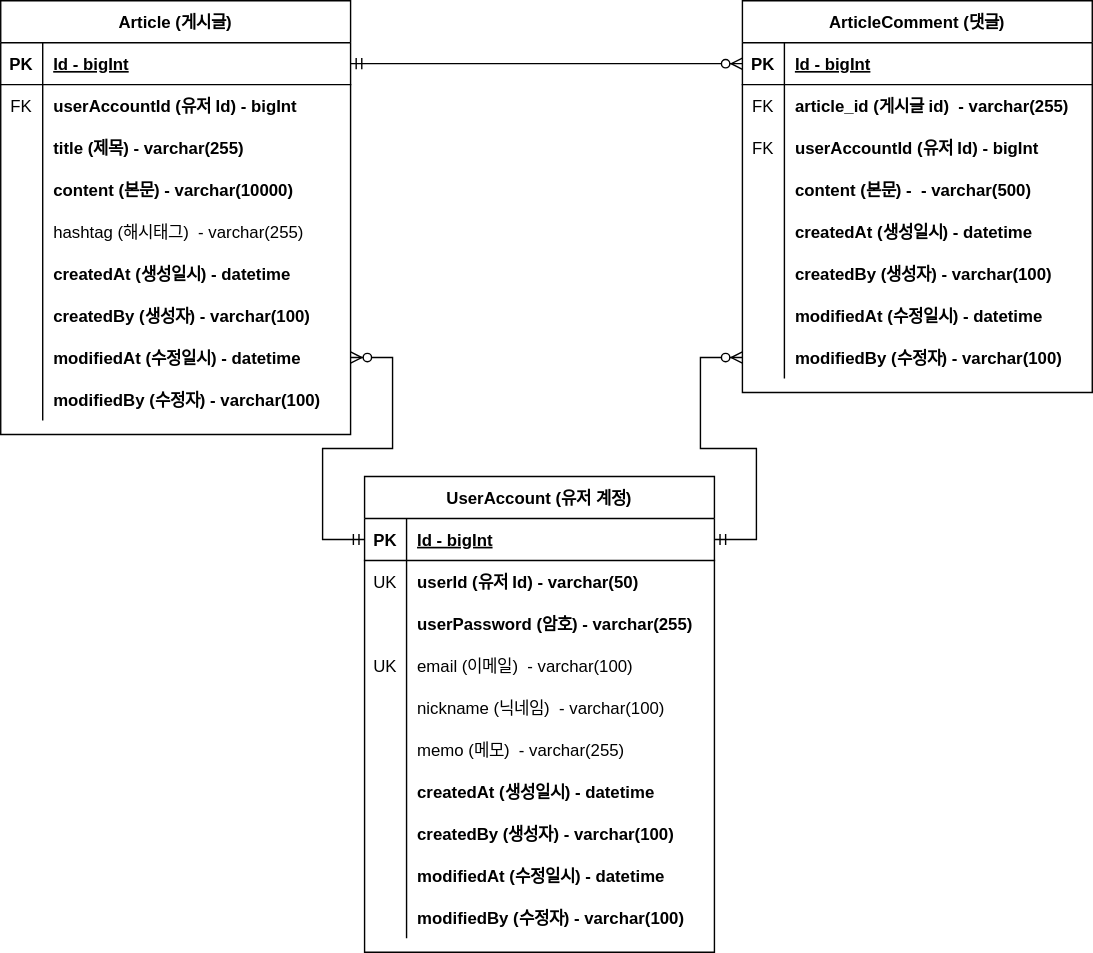
TaemHam/board-clonecoding-project keeps this draw.io diagram as document/project-board-erd.svg. Above is the earlier version. Source tidied: cells renumbered, new cells last; positions are measured from the earlier drawing's top-left corner, leaving out a move shared by most shapes.
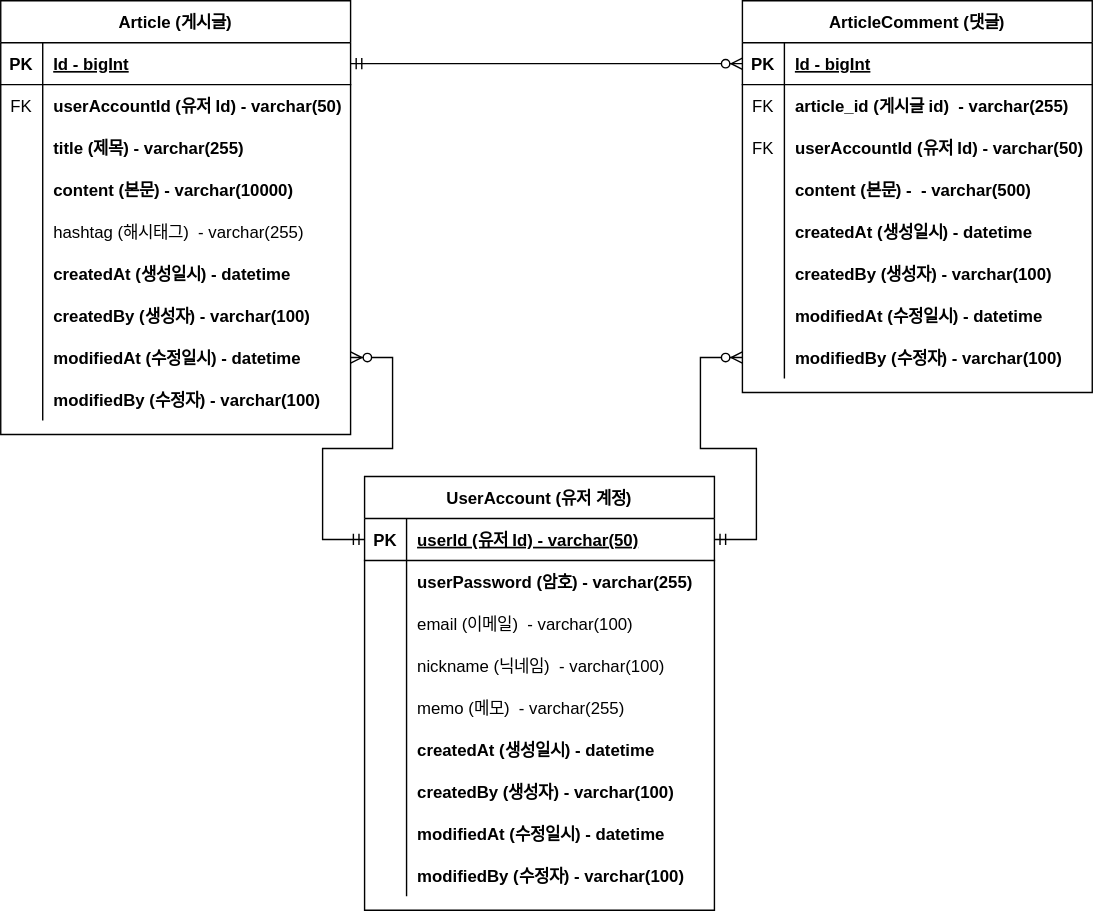
The same diagram one commit later.

Commit message:
#34 - ERD 문서 수정: 회원 계정 user_id 를 PK 로 변경

What changed in the source:
```diff
@@ -20,7 +20,7 @@
     <mxCell id="7" style="shape=partialRectangle;overflow=hidden;fillColor=none;top=0;left=0;bottom=0;right=0;" parent="6" vertex="1">
       <mxGeometry width="30" height="30" as="geometry" />
     </mxCell>
-    <mxCell id="8" value="userAccountId (유저 Id) - bigInt" style="shape=partialRectangle;overflow=hidden;fillColor=none;top=0;left=0;bottom=0;right=0;align=left;spacingLeft=6;fontStyle=1;" parent="6" vertex="1">
+    <mxCell id="8" value="userAccountId (유저 Id) - varchar(50)" style="shape=partialRectangle;overflow=hidden;fillColor=none;top=0;left=0;bottom=0;right=0;align=left;spacingLeft=6;fontStyle=1;" parent="6" vertex="1">
       <mxGeometry x="30" width="220" height="30" as="geometry" />
     </mxCell>
     <mxCell id="9" style="shape=partialRectangle;fillColor=none;top=0;left=0;right=0;bottom=0;" parent="2" vertex="1">
@@ -113,7 +113,7 @@
     <mxCell id="38" value="FK" style="shape=partialRectangle;overflow=hidden;fillColor=none;top=0;left=0;bottom=0;right=0;" parent="37" vertex="1">
       <mxGeometry width="30" height="30" as="geometry" />
     </mxCell>
-    <mxCell id="39" value="userAccountId (유저 Id) - bigInt" style="shape=partialRectangle;overflow=hidden;fillColor=none;top=0;left=0;bottom=0;right=0;align=left;spacingLeft=6;fontStyle=1;" parent="37" vertex="1">
+    <mxCell id="39" value="userAccountId (유저 Id) - varchar(50)" style="shape=partialRectangle;overflow=hidden;fillColor=none;top=0;left=0;bottom=0;right=0;align=left;spacingLeft=6;fontStyle=1;" parent="37" vertex="1">
       <mxGeometry x="30" width="220" height="30" as="geometry" />
     </mxCell>
     <mxCell id="40" style="shape=partialRectangle;fillColor=none;top=0;left=0;right=0;bottom=0;" parent="30" vertex="1">
@@ -165,7 +165,7 @@
       <mxGeometry relative="1" as="geometry" />
     </mxCell>
     <mxCell id="56" value="UserAccount (유저 계정)" style="shape=table;startSize=30;rowLines=0;fontStyle=1;align=center;" parent="1" vertex="1">
-      <mxGeometry x="260" y="340" width="250" height="340" as="geometry" />
+      <mxGeometry x="260" y="340" width="250" height="310" as="geometry" />
     </mxCell>
     <mxCell id="57" style="shape=partialRectangle;fillColor=none;points=[[0,0.5],[1,0.5]];portConstraint=eastwest;top=0;left=0;right=0;bottom=1;" parent="56" vertex="1">
       <mxGeometry y="30" width="250" height="30" as="geometry" />
@@ -173,20 +173,11 @@
     <mxCell id="58" value="PK" style="shape=partialRectangle;overflow=hidden;fillColor=none;top=0;left=0;bottom=0;right=0;fontStyle=1;" parent="57" vertex="1">
       <mxGeometry width="30" height="30" as="geometry" />
     </mxCell>
-    <mxCell id="59" value="Id - bigInt" style="shape=partialRectangle;overflow=hidden;fillColor=none;top=0;left=0;bottom=0;right=0;align=left;spacingLeft=6;fontStyle=5;" parent="57" vertex="1">
+    <mxCell id="59" value="userId (유저 Id) - varchar(50)" style="shape=partialRectangle;overflow=hidden;fillColor=none;top=0;left=0;bottom=0;right=0;align=left;spacingLeft=6;fontStyle=5;" parent="57" vertex="1">
       <mxGeometry x="30" width="220" height="30" as="geometry" />
     </mxCell>
-    <mxCell id="60" style="shape=partialRectangle;fillColor=none;top=0;left=0;right=0;bottom=0;" parent="56" vertex="1">
-      <mxGeometry y="60" width="250" height="30" as="geometry" />
-    </mxCell>
-    <mxCell id="61" value="UK" style="shape=partialRectangle;overflow=hidden;fillColor=none;top=0;left=0;bottom=0;right=0;" parent="60" vertex="1">
-      <mxGeometry width="30" height="30" as="geometry" />
-    </mxCell>
-    <mxCell id="62" value="userId (유저 Id) - varchar(50)" style="shape=partialRectangle;overflow=hidden;fillColor=none;top=0;left=0;bottom=0;right=0;align=left;spacingLeft=6;fontStyle=1;" parent="60" vertex="1">
-      <mxGeometry x="30" width="220" height="30" as="geometry" />
-    </mxCell>
     <mxCell id="63" style="shape=partialRectangle;fillColor=none;top=0;left=0;right=0;bottom=0;" parent="56" vertex="1">
-      <mxGeometry y="90" width="250" height="30" as="geometry" />
+      <mxGeometry y="60" width="250" height="30" as="geometry" />
     </mxCell>
     <mxCell id="64" style="shape=partialRectangle;overflow=hidden;fillColor=none;top=0;left=0;bottom=0;right=0;" parent="63" vertex="1">
       <mxGeometry width="30" height="30" as="geometry" />
@@ -195,7 +186,7 @@
       <mxGeometry x="30" width="220" height="30" as="geometry" />
     </mxCell>
     <mxCell id="66" style="shape=partialRectangle;fillColor=none;top=0;left=0;right=0;bottom=0;" parent="56" vertex="1">
-      <mxGeometry y="120" width="250" height="30" as="geometry" />
+      <mxGeometry y="90" width="250" height="30" as="geometry" />
     </mxCell>
     <mxCell id="67" style="shape=partialRectangle;overflow=hidden;fillColor=none;top=0;left=0;bottom=0;right=0;" parent="66" vertex="1">
       <mxGeometry width="30" height="30" as="geometry" />
@@ -204,7 +195,7 @@
       <mxGeometry x="30" width="220" height="30" as="geometry" />
     </mxCell>
     <mxCell id="69" style="shape=partialRectangle;fillColor=none;top=0;left=0;right=0;bottom=0;" parent="56" vertex="1">
-      <mxGeometry y="150" width="250" height="30" as="geometry" />
+      <mxGeometry y="120" width="250" height="30" as="geometry" />
     </mxCell>
     <mxCell id="70" style="shape=partialRectangle;overflow=hidden;fillColor=none;top=0;left=0;bottom=0;right=0;" parent="69" vertex="1">
       <mxGeometry width="30" height="30" as="geometry" />
@@ -213,7 +204,7 @@
       <mxGeometry x="30" width="220" height="30" as="geometry" />
     </mxCell>
     <mxCell id="72" style="shape=partialRectangle;fillColor=none;top=0;left=0;right=0;bottom=0;" parent="56" vertex="1">
-      <mxGeometry y="180" width="250" height="30" as="geometry" />
+      <mxGeometry y="150" width="250" height="30" as="geometry" />
     </mxCell>
     <mxCell id="73" style="shape=partialRectangle;overflow=hidden;fillColor=none;top=0;left=0;bottom=0;right=0;" parent="72" vertex="1">
       <mxGeometry width="30" height="30" as="geometry" />
@@ -222,7 +213,7 @@
       <mxGeometry x="30" width="220" height="30" as="geometry" />
     </mxCell>
     <mxCell id="75" style="shape=partialRectangle;fillColor=none;top=0;left=0;right=0;bottom=0;" parent="56" vertex="1">
-      <mxGeometry y="210" width="250" height="30" as="geometry" />
+      <mxGeometry y="180" width="250" height="30" as="geometry" />
     </mxCell>
     <mxCell id="76" style="shape=partialRectangle;overflow=hidden;fillColor=none;top=0;left=0;bottom=0;right=0;" parent="75" vertex="1">
       <mxGeometry width="30" height="30" as="geometry" />
@@ -231,7 +222,7 @@
       <mxGeometry x="30" width="220" height="30" as="geometry" />
     </mxCell>
     <mxCell id="78" style="shape=partialRectangle;fillColor=none;top=0;left=0;right=0;bottom=0;" parent="56" vertex="1">
-      <mxGeometry y="240" width="250" height="30" as="geometry" />
+      <mxGeometry y="210" width="250" height="30" as="geometry" />
     </mxCell>
     <mxCell id="79" style="shape=partialRectangle;overflow=hidden;fillColor=none;top=0;left=0;bottom=0;right=0;" parent="78" vertex="1">
       <mxGeometry width="30" height="30" as="geometry" />
@@ -240,7 +231,7 @@
       <mxGeometry x="30" width="220" height="30" as="geometry" />
     </mxCell>
     <mxCell id="81" style="shape=partialRectangle;fillColor=none;top=0;left=0;right=0;bottom=0;" parent="56" vertex="1">
-      <mxGeometry y="270" width="250" height="30" as="geometry" />
+      <mxGeometry y="240" width="250" height="30" as="geometry" />
     </mxCell>
     <mxCell id="82" style="shape=partialRectangle;overflow=hidden;fillColor=none;top=0;left=0;bottom=0;right=0;" parent="81" vertex="1">
       <mxGeometry width="30" height="30" as="geometry" />
@@ -249,7 +240,7 @@
       <mxGeometry x="30" width="220" height="30" as="geometry" />
     </mxCell>
     <mxCell id="84" style="shape=partialRectangle;fillColor=none;top=0;left=0;right=0;bottom=0;" parent="56" vertex="1">
-      <mxGeometry y="300" width="250" height="30" as="geometry" />
+      <mxGeometry y="270" width="250" height="30" as="geometry" />
     </mxCell>
     <mxCell id="85" style="shape=partialRectangle;overflow=hidden;fillColor=none;top=0;left=0;bottom=0;right=0;" parent="84" vertex="1">
       <mxGeometry width="30" height="30" as="geometry" />
@@ -266,8 +257,5 @@
     <mxCell id="89" value="FK" style="shape=partialRectangle;overflow=hidden;fillColor=none;top=0;left=0;bottom=0;right=0;" parent="1" vertex="1">
       <mxGeometry y="60" width="30" height="30" as="geometry" />
     </mxCell>
-    <mxCell id="90" value="UK" style="shape=partialRectangle;overflow=hidden;fillColor=none;top=0;left=0;bottom=0;right=0;" parent="1" vertex="1">
-      <mxGeometry x="260" y="460" width="30" height="30" as="geometry" />
-    </mxCell>
   </root>
 </mxGraphModel>
```
